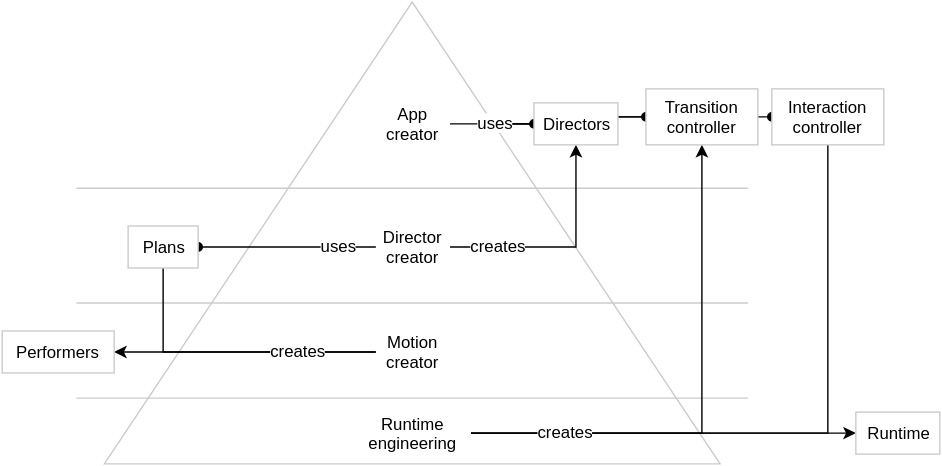
material-motion/material-motion keeps this draw.io diagram as assets/Roles.svg. Above is the earlier version. Source tidied: cells renumbered, new cells last; positions are measured from the earlier drawing's top-left corner, leaving out a move shared by most shapes. Source of this version:
```xml
<mxGraphModel background="#ffffff">
  <root>
    <mxCell id="0" />
    <mxCell id="1" parent="0" />
    <mxCell id="2" style="edgeStyle=orthogonalEdgeStyle;rounded=0;html=1;exitX=1;exitY=0.5;entryX=0;entryY=0.5;startArrow=none;startFill=0;endArrow=oval;endFill=1;jettySize=auto;strokeColor=#000000;" parent="1" edge="1" source="10" target="24">
      <mxGeometry relative="1" as="geometry" />
    </mxCell>
    <mxCell id="3" style="edgeStyle=orthogonalEdgeStyle;rounded=0;html=1;exitX=1;exitY=0.5;entryX=0;entryY=0.5;startArrow=none;startFill=0;endArrow=oval;endFill=1;jettySize=auto;strokeColor=#000000;" parent="1" edge="1" source="10" target="25">
      <mxGeometry relative="1" as="geometry">
        <Array as="points">
          <mxPoint x="420" y="142" />
          <mxPoint x="420" y="137" />
        </Array>
      </mxGeometry>
    </mxCell>
    <mxCell id="4" style="triangle;whiteSpace=wrap;html=1;rotation=-90;strokeColor=#CCCCCC;" parent="1" vertex="1">
      <mxGeometry x="128" width="330" height="440" as="geometry" />
    </mxCell>
    <mxCell id="5" style="endArrow=none;html=1;endFill=0;strokeColor=#CCCCCC;" parent="1" edge="1">
      <mxGeometry relative="1" as="geometry">
        <mxPoint x="53" y="188" as="sourcePoint" />
        <mxPoint x="533" y="188" as="targetPoint" />
      </mxGeometry>
    </mxCell>
    <mxCell id="6" style="endArrow=none;html=1;endFill=0;strokeColor=#CCCCCC;" parent="1" edge="1">
      <mxGeometry relative="1" as="geometry">
        <mxPoint x="53" y="270" as="sourcePoint" />
        <mxPoint x="533" y="270" as="targetPoint" />
      </mxGeometry>
    </mxCell>
    <mxCell id="7" style="endArrow=none;html=1;endFill=0;strokeColor=#CCCCCC;" parent="1" edge="1">
      <mxGeometry relative="1" as="geometry">
        <mxPoint x="53" y="338" as="sourcePoint" />
        <mxPoint x="533" y="338" as="targetPoint" />
      </mxGeometry>
    </mxCell>
    <mxCell id="8" style="edgeStyle=orthogonalEdgeStyle;rounded=0;html=1;exitX=1;exitY=0.5;entryX=0;entryY=0.5;startArrow=none;startFill=0;endArrow=oval;endFill=1;jettySize=auto;strokeColor=#000000;" parent="1" edge="1" source="10" target="30">
      <mxGeometry relative="1" as="geometry" />
    </mxCell>
    <mxCell id="9" value="uses" style="text;html=1;align=center;verticalAlign=middle;labelBackgroundColor=#ffffff;" parent="8" vertex="1">
      <mxGeometry x="-0.07" y="1" relative="1" as="geometry">
        <mxPoint x="4" y="-1" as="offset" />
      </mxGeometry>
    </mxCell>
    <mxCell id="10" value="App creator" style="text;html=1;strokeColor=none;fillColor=none;align=center;verticalAlign=middle;whiteSpace=wrap;overflow=hidden;" parent="1" vertex="1">
      <mxGeometry x="267" y="122" width="53" height="40" as="geometry" />
    </mxCell>
    <mxCell id="11" style="edgeStyle=orthogonalEdgeStyle;rounded=0;html=1;exitX=1;exitY=0.5;entryX=0.5;entryY=1;startArrow=none;startFill=0;endArrow=classic;endFill=1;jettySize=auto;strokeColor=#000000;" parent="1" edge="1" source="13" target="30">
      <mxGeometry relative="1" as="geometry" />
    </mxCell>
    <mxCell id="12" value="creates" style="text;html=1;align=center;verticalAlign=middle;labelBackgroundColor=#ffffff;" parent="11" vertex="1">
      <mxGeometry x="-0.6" relative="1" as="geometry">
        <mxPoint x="2" y="-2" as="offset" />
      </mxGeometry>
    </mxCell>
    <mxCell id="13" value="Director creator" style="text;html=1;strokeColor=none;fillColor=none;align=center;verticalAlign=middle;whiteSpace=wrap;overflow=hidden;" parent="1" vertex="1">
      <mxGeometry x="267" y="210" width="53" height="40" as="geometry" />
    </mxCell>
    <mxCell id="14" style="edgeStyle=orthogonalEdgeStyle;rounded=0;html=1;exitX=0;exitY=0.5;entryX=1;entryY=0.5;endArrow=classic;endFill=1;jettySize=auto;strokeColor=#000000;" parent="1" edge="1" source="17" target="26">
      <mxGeometry relative="1" as="geometry" />
    </mxCell>
    <mxCell id="15" style="edgeStyle=orthogonalEdgeStyle;rounded=0;html=1;exitX=0;exitY=0.5;entryX=0.5;entryY=1;endArrow=classic;endFill=1;jettySize=auto;strokeColor=#000000;" parent="1" edge="1" source="17">
      <mxGeometry relative="1" as="geometry">
        <mxPoint x="115" y="230" as="targetPoint" />
      </mxGeometry>
    </mxCell>
    <mxCell id="16" value="creates" style="text;html=1;align=center;verticalAlign=middle;labelBackgroundColor=#ffffff;" parent="15" vertex="1">
      <mxGeometry x="0.35" relative="1" as="geometry">
        <mxPoint x="96" y="-1" as="offset" />
      </mxGeometry>
    </mxCell>
    <mxCell id="17" value="Motion creator" style="text;html=1;strokeColor=none;fillColor=none;align=center;verticalAlign=middle;whiteSpace=wrap;overflow=hidden;" parent="1" vertex="1">
      <mxGeometry x="267" y="285" width="53" height="40" as="geometry" />
    </mxCell>
    <mxCell id="18" style="edgeStyle=orthogonalEdgeStyle;rounded=0;html=1;exitX=1;exitY=0.5;entryX=0;entryY=0.5;endArrow=classic;endFill=1;jettySize=auto;" parent="1" edge="1" source="22" target="23">
      <mxGeometry relative="1" as="geometry" />
    </mxCell>
    <mxCell id="19" style="edgeStyle=orthogonalEdgeStyle;rounded=0;html=1;exitX=1;exitY=0.5;entryX=0.5;entryY=1;endArrow=classic;endFill=1;jettySize=auto;strokeColor=#000000;" parent="1" edge="1" source="22" target="24">
      <mxGeometry relative="1" as="geometry" />
    </mxCell>
    <mxCell id="20" style="edgeStyle=orthogonalEdgeStyle;rounded=0;html=1;exitX=1;exitY=0.5;entryX=0.5;entryY=1;endArrow=classic;endFill=1;jettySize=auto;strokeColor=#000000;" parent="1" edge="1" source="22">
      <mxGeometry relative="1" as="geometry">
        <mxPoint x="590" y="138" as="targetPoint" />
      </mxGeometry>
    </mxCell>
    <mxCell id="21" value="creates" style="text;html=1;align=center;verticalAlign=middle;labelBackgroundColor=#ffffff;" parent="20" vertex="1">
      <mxGeometry x="-0.24" y="-3" relative="1" as="geometry">
        <mxPoint x="-115" y="-5" as="offset" />
      </mxGeometry>
    </mxCell>
    <mxCell id="22" value="Runtime engineering" style="text;html=1;strokeColor=none;fillColor=none;align=center;verticalAlign=middle;whiteSpace=wrap;overflow=hidden;" parent="1" vertex="1">
      <mxGeometry x="252" y="343" width="83" height="40" as="geometry" />
    </mxCell>
    <mxCell id="23" value="Runtime" style="whiteSpace=wrap;html=1;strokeColor=#CCCCCC;" parent="1" vertex="1">
      <mxGeometry x="610" y="348" width="60" height="30" as="geometry" />
    </mxCell>
    <mxCell id="24" value="Transition controller" style="whiteSpace=wrap;html=1;strokeColor=#CCCCCC;" parent="1" vertex="1">
      <mxGeometry x="460" y="117" width="80" height="40" as="geometry" />
    </mxCell>
    <mxCell id="25" value="Interaction controller" style="whiteSpace=wrap;html=1;strokeColor=#CCCCCC;" parent="1" vertex="1">
      <mxGeometry x="550" y="117" width="80" height="40" as="geometry" />
    </mxCell>
    <mxCell id="26" value="Performers" style="whiteSpace=wrap;html=1;strokeColor=#CCCCCC;" parent="1" vertex="1">
      <mxGeometry y="290" width="80" height="30" as="geometry" />
    </mxCell>
    <mxCell id="27" style="edgeStyle=orthogonalEdgeStyle;rounded=0;html=1;exitX=1;exitY=0.5;entryX=0;entryY=0.5;endArrow=none;endFill=0;jettySize=auto;strokeColor=#000000;startArrow=oval;startFill=1;" parent="1" edge="1" source="29" target="13">
      <mxGeometry relative="1" as="geometry" />
    </mxCell>
    <mxCell id="28" value="uses" style="text;html=1;align=center;verticalAlign=middle;labelBackgroundColor=#ffffff;" parent="27" vertex="1">
      <mxGeometry x="-0.09" relative="1" as="geometry">
        <mxPoint x="42" y="-2" as="offset" />
      </mxGeometry>
    </mxCell>
    <mxCell id="29" value="Plans" style="whiteSpace=wrap;html=1;strokeColor=#CCCCCC;" parent="1" vertex="1">
      <mxGeometry x="90" y="215" width="50" height="30" as="geometry" />
    </mxCell>
    <mxCell id="30" value="Directors" style="whiteSpace=wrap;html=1;strokeColor=#CCCCCC;" parent="1" vertex="1">
      <mxGeometry x="380" y="127" width="60" height="30" as="geometry" />
    </mxCell>
  </root>
</mxGraphModel>
```
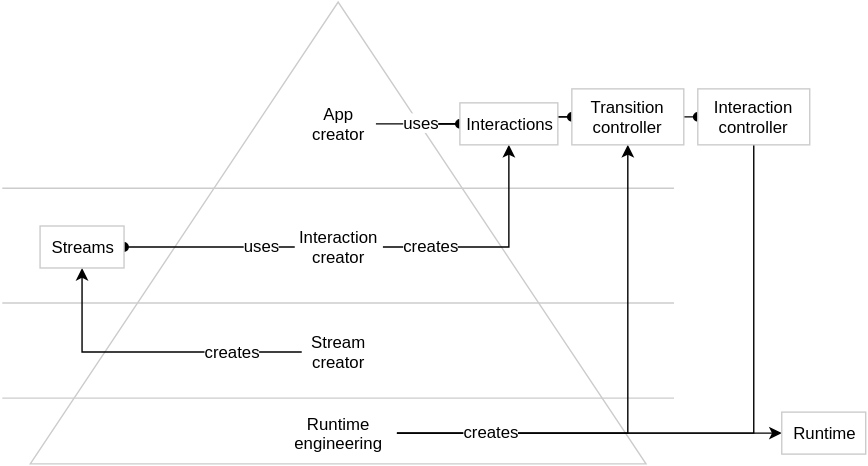
After the commit.

The edit, as a diff of the source:
```diff
@@ -53,15 +53,14 @@
         <mxPoint x="2" y="-2" as="offset" />
       </mxGeometry>
     </mxCell>
-    <mxCell id="13" value="Director creator" style="text;html=1;strokeColor=none;fillColor=none;align=center;verticalAlign=middle;whiteSpace=wrap;overflow=hidden;" parent="1" vertex="1">
-      <mxGeometry x="267" y="210" width="53" height="40" as="geometry" />
+    <mxCell id="13" value="Interaction creator" style="text;html=1;strokeColor=none;fillColor=none;align=center;verticalAlign=middle;whiteSpace=wrap;overflow=hidden;" parent="1" vertex="1">
+      <mxGeometry x="262" y="210" width="63" height="40" as="geometry" />
     </mxCell>
-    <mxCell id="14" style="edgeStyle=orthogonalEdgeStyle;rounded=0;html=1;exitX=0;exitY=0.5;entryX=1;entryY=0.5;endArrow=classic;endFill=1;jettySize=auto;strokeColor=#000000;" parent="1" edge="1" source="17" target="26">
-      <mxGeometry relative="1" as="geometry" />
-    </mxCell>
-    <mxCell id="15" style="edgeStyle=orthogonalEdgeStyle;rounded=0;html=1;exitX=0;exitY=0.5;entryX=0.5;entryY=1;endArrow=classic;endFill=1;jettySize=auto;strokeColor=#000000;" parent="1" edge="1" source="17">
+    <mxCell id="15" style="edgeStyle=orthogonalEdgeStyle;rounded=0;html=1;exitX=0;exitY=0.5;entryX=0.5;entryY=1;endArrow=classic;endFill=1;jettySize=auto;strokeColor=#000000;" parent="1" edge="1" source="17" target="29">
       <mxGeometry relative="1" as="geometry">
-        <mxPoint x="115" y="230" as="targetPoint" />
+        <Array as="points">
+          <mxPoint x="110" y="305" />
+        </Array>
       </mxGeometry>
     </mxCell>
     <mxCell id="16" value="creates" style="text;html=1;align=center;verticalAlign=middle;labelBackgroundColor=#ffffff;" parent="15" vertex="1">
@@ -69,7 +68,7 @@
         <mxPoint x="96" y="-1" as="offset" />
       </mxGeometry>
     </mxCell>
-    <mxCell id="17" value="Motion creator" style="text;html=1;strokeColor=none;fillColor=none;align=center;verticalAlign=middle;whiteSpace=wrap;overflow=hidden;" parent="1" vertex="1">
+    <mxCell id="17" value="Stream creator" style="text;html=1;strokeColor=none;fillColor=none;align=center;verticalAlign=middle;whiteSpace=wrap;overflow=hidden;" parent="1" vertex="1">
       <mxGeometry x="267" y="285" width="53" height="40" as="geometry" />
     </mxCell>
     <mxCell id="18" style="edgeStyle=orthogonalEdgeStyle;rounded=0;html=1;exitX=1;exitY=0.5;entryX=0;entryY=0.5;endArrow=classic;endFill=1;jettySize=auto;" parent="1" edge="1" source="22" target="23">
@@ -100,9 +99,6 @@
     <mxCell id="25" value="Interaction controller" style="whiteSpace=wrap;html=1;strokeColor=#CCCCCC;" parent="1" vertex="1">
       <mxGeometry x="550" y="117" width="80" height="40" as="geometry" />
     </mxCell>
-    <mxCell id="26" value="Performers" style="whiteSpace=wrap;html=1;strokeColor=#CCCCCC;" parent="1" vertex="1">
-      <mxGeometry y="290" width="80" height="30" as="geometry" />
-    </mxCell>
     <mxCell id="27" style="edgeStyle=orthogonalEdgeStyle;rounded=0;html=1;exitX=1;exitY=0.5;entryX=0;entryY=0.5;endArrow=none;endFill=0;jettySize=auto;strokeColor=#000000;startArrow=oval;startFill=1;" parent="1" edge="1" source="29" target="13">
       <mxGeometry relative="1" as="geometry" />
     </mxCell>
@@ -111,11 +107,11 @@
         <mxPoint x="42" y="-2" as="offset" />
       </mxGeometry>
     </mxCell>
-    <mxCell id="29" value="Plans" style="whiteSpace=wrap;html=1;strokeColor=#CCCCCC;" parent="1" vertex="1">
-      <mxGeometry x="90" y="215" width="50" height="30" as="geometry" />
+    <mxCell id="29" value="Streams" style="whiteSpace=wrap;html=1;strokeColor=#CCCCCC;" parent="1" vertex="1">
+      <mxGeometry x="80" y="215" width="60" height="30" as="geometry" />
     </mxCell>
-    <mxCell id="30" value="Directors" style="whiteSpace=wrap;html=1;strokeColor=#CCCCCC;" parent="1" vertex="1">
-      <mxGeometry x="380" y="127" width="60" height="30" as="geometry" />
+    <mxCell id="30" value="Interactions" style="whiteSpace=wrap;html=1;strokeColor=#CCCCCC;" parent="1" vertex="1">
+      <mxGeometry x="380" y="127" width="70" height="30" as="geometry" />
     </mxCell>
   </root>
 </mxGraphModel>
```
